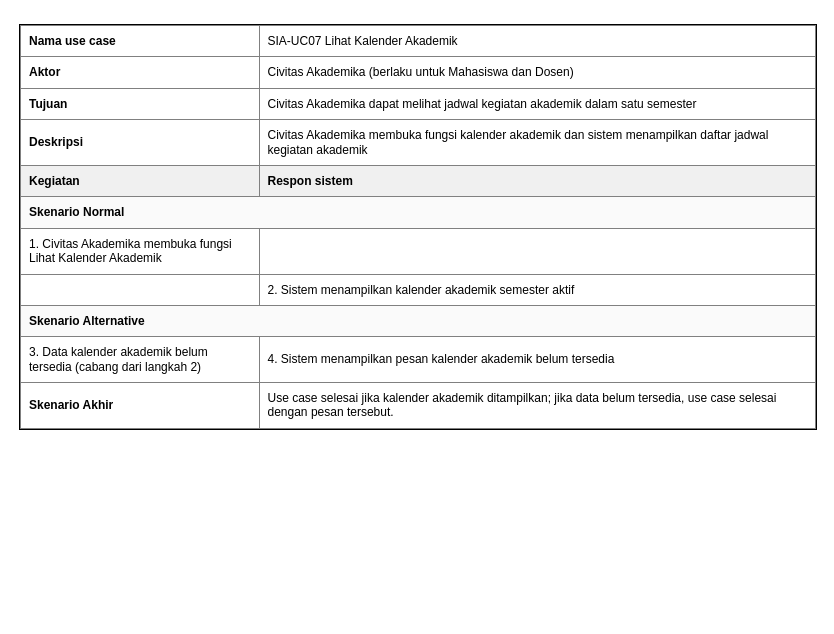
Above: page "SIA-UC07" (1 of 7) of 04_Model_Analisis/P05/SIA/P05_2406072_SIA_usecase_v01.drawio in nabilmuhammadramadhan/IFRWP5149_2406072_LabAlat (draw.io), before the change. Source tidied: cells renumbered, new cells numbered last; positions are measured from the earlier drawing's top-left corner, leaving out a move shared by most shapes. Both pictures are drawn from the tidied source at 100%, with x=0, y=0 at pixel (17, 17).
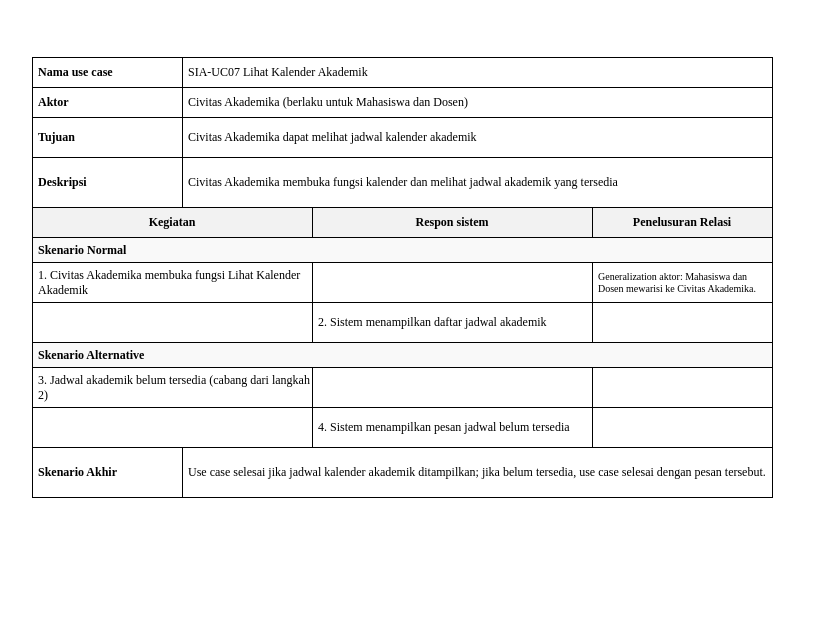
Above is the later version.

Change to the diagram source:
```diff
@@
-    <mxCell id="2" value="&lt;table border='1' cellpadding='8' cellspacing='0' style='border-collapse:collapse; width:100%; font-family:Arial, sans-serif; font-size:12px;'&gt;     &lt;tr&gt;&lt;td width='30%'&gt;&lt;b&gt;Nama use case&lt;/b&gt;&lt;/td&gt;&lt;td&gt;SIA-UC07 Lihat Kalender Akademik&lt;/td&gt;&lt;/tr&gt;     &lt;tr&gt;&lt;td&gt;&lt;b&gt;Aktor&lt;/b&gt;&lt;/td&gt;&lt;td&gt;Civitas Akademika (berlaku untuk Mahasiswa dan Dosen)&lt;/td&gt;&lt;/tr&gt;     &lt;tr&gt;&lt;td&gt;&lt;b&gt;Tujuan&lt;/b&gt;&lt;/td&gt;&lt;td&gt;Civitas Akademika dapat melihat jadwal kegiatan akademik dalam satu semester&lt;/td&gt;&lt;/tr&gt;     &lt;tr&gt;&lt;td&gt;&lt;b&gt;Deskripsi&lt;/b&gt;&lt;/td&gt;&lt;td&gt;Civitas Akademika membuka fungsi kalender akademik dan sistem menampilkan daftar jadwal kegiatan akademik&lt;/td&gt;&lt;/tr&gt;     &lt;tr style='background-color:#f0f0f0;'&gt;&lt;td&gt;&lt;b&gt;Kegiatan&lt;/b&gt;&lt;/td&gt;&lt;td&gt;&lt;b&gt;Respon sistem&lt;/b&gt;&lt;/td&gt;&lt;/tr&gt;     &lt;tr style='background-color:#fafafa;'&gt;&lt;td colspan='2'&gt;&lt;b&gt;Skenario Normal&lt;/b&gt;&lt;/td&gt;&lt;/tr&gt;     &lt;tr&gt;&lt;td&gt;1. Civitas Akademika membuka fungsi Lihat Kalender Akademik&lt;/td&gt;&lt;td&gt;&lt;/td&gt;&lt;/tr&gt;     &lt;tr&gt;&lt;td&gt;&lt;/td&gt;&lt;td&gt;2. Sistem menampilkan kalender akademik semester aktif&lt;/td&gt;&lt;/tr&gt;     &lt;tr style='background-color:#fafafa;'&gt;&lt;td colspan='2'&gt;&lt;b&gt;Skenario Alternative&lt;/b&gt;&lt;/td&gt;&lt;/tr&gt;     &lt;tr&gt;&lt;td&gt;3. Data kalender akademik belum tersedia (cabang dari langkah 2)&lt;/td&gt;&lt;td&gt;4. Sistem menampilkan pesan kalender akademik belum tersedia&lt;/td&gt;&lt;/tr&gt;     &lt;tr&gt;&lt;td&gt;&lt;b&gt;Skenario Akhir&lt;/b&gt;&lt;/td&gt;&lt;td&gt;Use case selesai jika kalender akademik ditampilkan; jika data belum tersedia, use case selesai dengan pesan tersebut.&lt;/td&gt;&lt;/tr&gt;     &lt;/table&gt;" style="text;html=1;whiteSpace=wrap;labelBorderColor=default;" parent="1" vertex="1">
-      <mxGeometry width="800" height="600" as="geometry" />
-    </mxCell>
+    <mxCell id="3" value="Nama use case" style="rounded=0;whiteSpace=wrap;html=1;align=left;verticalAlign=middle;spacingLeft=4;fontFamily=Times New Roman;fontSize=12;strokeColor=#000000;fillColor=#FFFFFF;fontStyle=1;" parent="1" vertex="1">
+      <mxGeometry x="15" y="40" width="150" height="30" as="geometry" />
+    </mxCell>
+    <mxCell id="4" value="SIA-UC07 Lihat Kalender Akademik" style="rounded=0;whiteSpace=wrap;html=1;align=left;verticalAlign=middle;spacingLeft=4;fontFamily=Times New Roman;fontSize=12;strokeColor=#000000;fillColor=#FFFFFF;" parent="1" vertex="1">
+      <mxGeometry x="165" y="40" width="590" height="30" as="geometry" />
+    </mxCell>
+    <mxCell id="5" value="Aktor" style="rounded=0;whiteSpace=wrap;html=1;align=left;verticalAlign=middle;spacingLeft=4;fontFamily=Times New Roman;fontSize=12;strokeColor=#000000;fillColor=#FFFFFF;fontStyle=1;" parent="1" vertex="1">
+      <mxGeometry x="15" y="70" width="150" height="30" as="geometry" />
+    </mxCell>
+    <mxCell id="6" value="Civitas Akademika (berlaku untuk Mahasiswa dan Dosen)" style="rounded=0;whiteSpace=wrap;html=1;align=left;verticalAlign=middle;spacingLeft=4;fontFamily=Times New Roman;fontSize=12;strokeColor=#000000;fillColor=#FFFFFF;" parent="1" vertex="1">
+      <mxGeometry x="165" y="70" width="590" height="30" as="geometry" />
+    </mxCell>
+    <mxCell id="7" value="Tujuan" style="rounded=0;whiteSpace=wrap;html=1;align=left;verticalAlign=middle;spacingLeft=4;fontFamily=Times New Roman;fontSize=12;strokeColor=#000000;fillColor=#FFFFFF;fontStyle=1;" parent="1" vertex="1">
+      <mxGeometry x="15" y="100" width="150" height="40" as="geometry" />
+    </mxCell>
+    <mxCell id="8" value="Civitas Akademika dapat melihat jadwal kalender akademik" style="rounded=0;whiteSpace=wrap;html=1;align=left;verticalAlign=middle;spacingLeft=4;fontFamily=Times New Roman;fontSize=12;strokeColor=#000000;fillColor=#FFFFFF;" parent="1" vertex="1">
+      <mxGeometry x="165" y="100" width="590" height="40" as="geometry" />
+    </mxCell>
+    <mxCell id="9" value="Deskripsi" style="rounded=0;whiteSpace=wrap;html=1;align=left;verticalAlign=middle;spacingLeft=4;fontFamily=Times New Roman;fontSize=12;strokeColor=#000000;fillColor=#FFFFFF;fontStyle=1;" parent="1" vertex="1">
+      <mxGeometry x="15" y="140" width="150" height="50" as="geometry" />
+    </mxCell>
+    <mxCell id="10" value="Civitas Akademika membuka fungsi kalender dan melihat jadwal akademik yang tersedia" style="rounded=0;whiteSpace=wrap;html=1;align=left;verticalAlign=middle;spacingLeft=4;fontFamily=Times New Roman;fontSize=12;strokeColor=#000000;fillColor=#FFFFFF;" parent="1" vertex="1">
+      <mxGeometry x="165" y="140" width="590" height="50" as="geometry" />
+    </mxCell>
+    <mxCell id="11" value="Kegiatan" style="rounded=0;whiteSpace=wrap;html=1;align=center;verticalAlign=middle;fontFamily=Times New Roman;fontSize=12;strokeColor=#000000;fillColor=#F2F2F2;fontStyle=1;" parent="1" vertex="1">
+      <mxGeometry x="15" y="190" width="280" height="30" as="geometry" />
+    </mxCell>
+    <mxCell id="12" value="Respon sistem" style="rounded=0;whiteSpace=wrap;html=1;align=center;verticalAlign=middle;fontFamily=Times New Roman;fontSize=12;strokeColor=#000000;fillColor=#F2F2F2;fontStyle=1;" parent="1" vertex="1">
+      <mxGeometry x="295" y="190" width="280" height="30" as="geometry" />
+    </mxCell>
+    <mxCell id="13" value="Penelusuran Relasi" style="rounded=0;whiteSpace=wrap;html=1;align=center;verticalAlign=middle;fontFamily=Times New Roman;fontSize=12;strokeColor=#000000;fillColor=#F2F2F2;fontStyle=1;" parent="1" vertex="1">
+      <mxGeometry x="575" y="190" width="180" height="30" as="geometry" />
+    </mxCell>
+    <mxCell id="14" value="Skenario Normal" style="rounded=0;whiteSpace=wrap;html=1;align=left;verticalAlign=middle;spacingLeft=4;fontFamily=Times New Roman;fontSize=12;strokeColor=#000000;fillColor=#F9F9F9;fontStyle=1;" parent="1" vertex="1">
+      <mxGeometry x="15" y="220" width="740" height="25" as="geometry" />
+    </mxCell>
+    <mxCell id="15" value="1. Civitas Akademika membuka fungsi Lihat Kalender Akademik" style="rounded=0;whiteSpace=wrap;html=1;align=left;verticalAlign=middle;spacingLeft=4;fontFamily=Times New Roman;fontSize=12;strokeColor=#000000;fillColor=#FFFFFF;" parent="1" vertex="1">
+      <mxGeometry x="15" y="245" width="280" height="40" as="geometry" />
+    </mxCell>
+    <mxCell id="16" style="rounded=0;whiteSpace=wrap;html=1;align=left;verticalAlign=middle;spacingLeft=4;fontFamily=Times New Roman;fontSize=12;strokeColor=#000000;fillColor=#FFFFFF;" parent="1" vertex="1">
+      <mxGeometry x="295" y="245" width="280" height="40" as="geometry" />
+    </mxCell>
+    <mxCell id="17" value="Generalization aktor: Mahasiswa dan Dosen mewarisi ke Civitas Akademika." style="rounded=0;whiteSpace=wrap;html=1;align=left;verticalAlign=middle;spacingLeft=4;fontFamily=Times New Roman;fontSize=10;strokeColor=#000000;fillColor=#FFFFFF;" parent="1" vertex="1">
+      <mxGeometry x="575" y="245" width="180" height="40" as="geometry" />
+    </mxCell>
+    <mxCell id="18" style="rounded=0;whiteSpace=wrap;html=1;align=left;verticalAlign=middle;spacingLeft=4;fontFamily=Times New Roman;fontSize=12;strokeColor=#000000;fillColor=#FFFFFF;" parent="1" vertex="1">
+      <mxGeometry x="15" y="285" width="280" height="40" as="geometry" />
+    </mxCell>
+    <mxCell id="19" value="2. Sistem menampilkan daftar jadwal akademik" style="rounded=0;whiteSpace=wrap;html=1;align=left;verticalAlign=middle;spacingLeft=4;fontFamily=Times New Roman;fontSize=12;strokeColor=#000000;fillColor=#FFFFFF;" parent="1" vertex="1">
+      <mxGeometry x="295" y="285" width="280" height="40" as="geometry" />
+    </mxCell>
+    <mxCell id="20" style="rounded=0;whiteSpace=wrap;html=1;align=left;verticalAlign=middle;spacingLeft=4;fontFamily=Times New Roman;fontSize=10;strokeColor=#000000;fillColor=#FFFFFF;" parent="1" vertex="1">
+      <mxGeometry x="575" y="285" width="180" height="40" as="geometry" />
+    </mxCell>
+    <mxCell id="21" value="Skenario Alternative" style="rounded=0;whiteSpace=wrap;html=1;align=left;verticalAlign=middle;spacingLeft=4;fontFamily=Times New Roman;fontSize=12;strokeColor=#000000;fillColor=#F9F9F9;fontStyle=1;" parent="1" vertex="1">
+      <mxGeometry x="15" y="325" width="740" height="25" as="geometry" />
+    </mxCell>
+    <mxCell id="22" value="3. Jadwal akademik belum tersedia (cabang dari langkah 2)" style="rounded=0;whiteSpace=wrap;html=1;align=left;verticalAlign=middle;spacingLeft=4;fontFamily=Times New Roman;fontSize=12;strokeColor=#000000;fillColor=#FFFFFF;" parent="1" vertex="1">
+      <mxGeometry x="15" y="350" width="280" height="40" as="geometry" />
+    </mxCell>
+    <mxCell id="23" style="rounded=0;whiteSpace=wrap;html=1;align=left;verticalAlign=middle;spacingLeft=4;fontFamily=Times New Roman;fontSize=12;strokeColor=#000000;fillColor=#FFFFFF;" parent="1" vertex="1">
+      <mxGeometry x="295" y="350" width="280" height="40" as="geometry" />
+    </mxCell>
+    <mxCell id="24" style="rounded=0;whiteSpace=wrap;html=1;align=left;verticalAlign=middle;spacingLeft=4;fontFamily=Times New Roman;fontSize=10;strokeColor=#000000;fillColor=#FFFFFF;" parent="1" vertex="1">
+      <mxGeometry x="575" y="350" width="180" height="40" as="geometry" />
+    </mxCell>
+    <mxCell id="25" style="rounded=0;whiteSpace=wrap;html=1;align=left;verticalAlign=middle;spacingLeft=4;fontFamily=Times New Roman;fontSize=12;strokeColor=#000000;fillColor=#FFFFFF;" parent="1" vertex="1">
+      <mxGeometry x="15" y="390" width="280" height="40" as="geometry" />
+    </mxCell>
+    <mxCell id="26" value="4. Sistem menampilkan pesan jadwal belum tersedia" style="rounded=0;whiteSpace=wrap;html=1;align=left;verticalAlign=middle;spacingLeft=4;fontFamily=Times New Roman;fontSize=12;strokeColor=#000000;fillColor=#FFFFFF;" parent="1" vertex="1">
+      <mxGeometry x="295" y="390" width="280" height="40" as="geometry" />
+    </mxCell>
+    <mxCell id="27" style="rounded=0;whiteSpace=wrap;html=1;align=left;verticalAlign=middle;spacingLeft=4;fontFamily=Times New Roman;fontSize=10;strokeColor=#000000;fillColor=#FFFFFF;" parent="1" vertex="1">
+      <mxGeometry x="575" y="390" width="180" height="40" as="geometry" />
+    </mxCell>
+    <mxCell id="28" value="Skenario Akhir" style="rounded=0;whiteSpace=wrap;html=1;align=left;verticalAlign=middle;spacingLeft=4;fontFamily=Times New Roman;fontSize=12;strokeColor=#000000;fillColor=#FFFFFF;fontStyle=1;" parent="1" vertex="1">
+      <mxGeometry x="15" y="430" width="150" height="50" as="geometry" />
+    </mxCell>
+    <mxCell id="29" value="Use case selesai jika jadwal kalender akademik ditampilkan; jika belum tersedia, use case selesai dengan pesan tersebut." style="rounded=0;whiteSpace=wrap;html=1;align=left;verticalAlign=middle;spacingLeft=4;fontFamily=Times New Roman;fontSize=12;strokeColor=#000000;fillColor=#FFFFFF;" parent="1" vertex="1">
+      <mxGeometry x="165" y="430" width="590" height="50" as="geometry" />
+    </mxCell>
```
